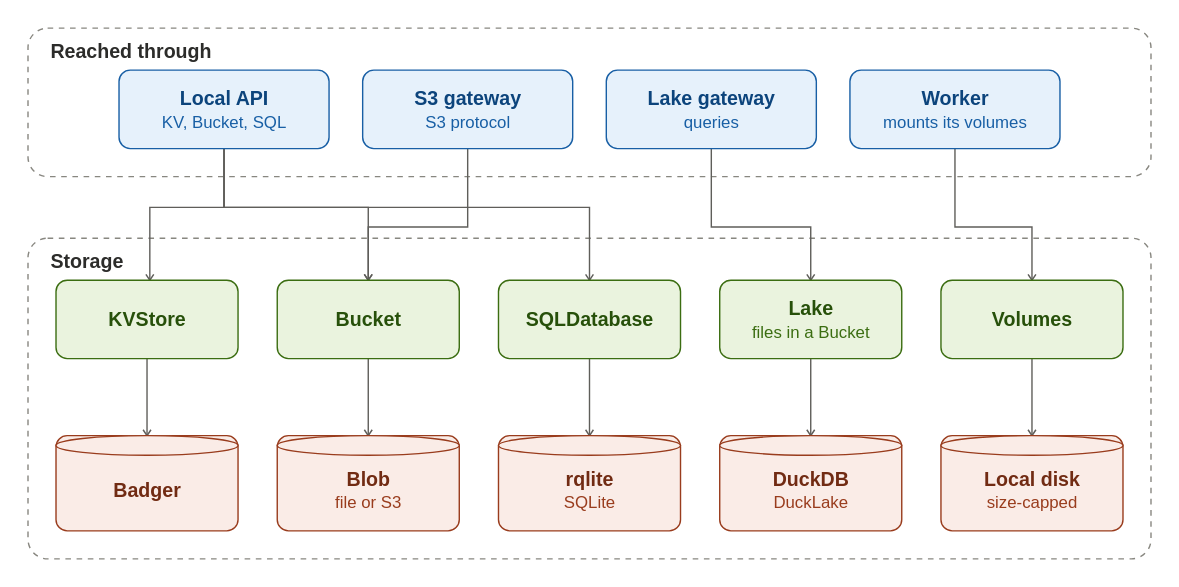
Earlier version of the draw.io export docs/guide/assets/services.drawio.svg (pyvvo/funcd). Source tidied: cells renumbered, new cells last; positions are measured from the earlier drawing's top-left corner, leaving out a move shared by most shapes.
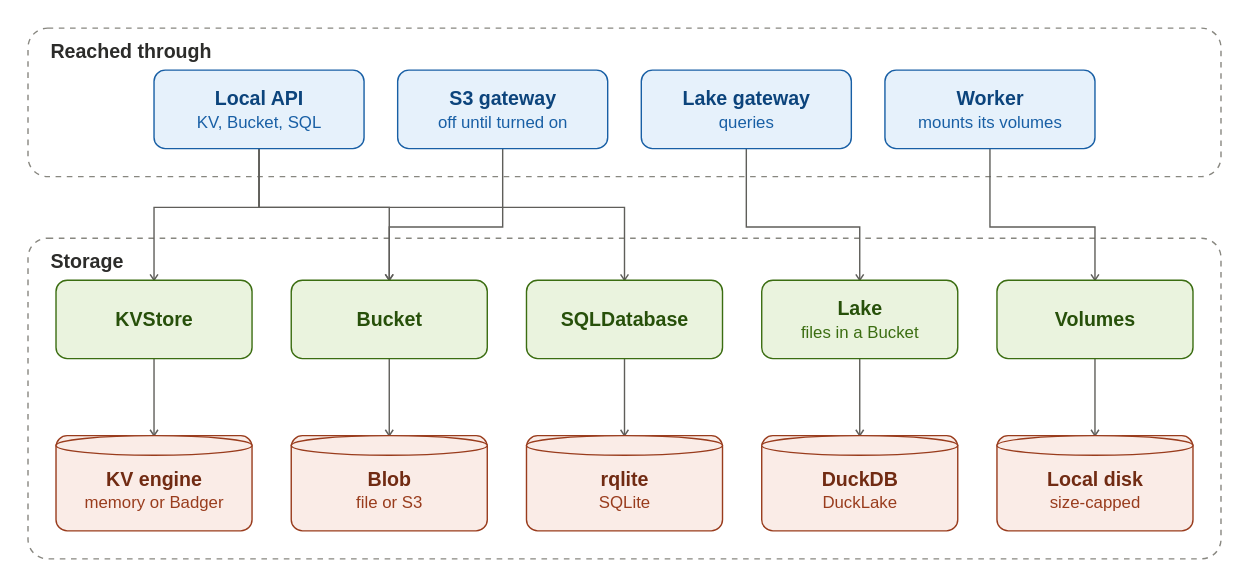
After the change.

Diff of the diagram source:
```diff
@@ -3,98 +3,98 @@
     <mxCell id="0" />
     <mxCell id="1" parent="0" />
     <mxCell id="2" value="Reached through" style="rounded=1;absoluteArcSize=1;arcSize=28;dashed=1;fillColor=none;strokeColor=#888780;fontStyle=1;fontSize=14;fontColor=#2C2C2A;align=left;verticalAlign=top;spacingLeft=10;spacingTop=2;html=1;" parent="1" vertex="1">
-      <mxGeometry width="802" height="106" as="geometry" />
+      <mxGeometry width="852" height="106" as="geometry" />
     </mxCell>
     <mxCell id="3" value="&lt;b&gt;Local API&lt;/b&gt;&lt;br&gt;&lt;font style=&quot;font-size:12px&quot; color=&quot;#185FA5&quot;&gt;KV, Bucket, SQL&lt;/font&gt;" style="rounded=1;absoluteArcSize=1;arcSize=16;whiteSpace=wrap;html=1;fillColor=#E6F1FB;strokeColor=#185FA5;fontColor=#0C447C;fontSize=14;" parent="2" vertex="1">
-      <mxGeometry x="65" y="30" width="150" height="56" as="geometry" />
+      <mxGeometry x="90" y="30" width="150" height="56" as="geometry" />
     </mxCell>
-    <mxCell id="4" value="&lt;b&gt;S3 gateway&lt;/b&gt;&lt;br&gt;&lt;font style=&quot;font-size:12px&quot; color=&quot;#185FA5&quot;&gt;S3 protocol&lt;/font&gt;" style="rounded=1;absoluteArcSize=1;arcSize=16;whiteSpace=wrap;html=1;fillColor=#E6F1FB;strokeColor=#185FA5;fontColor=#0C447C;fontSize=14;" parent="2" vertex="1">
-      <mxGeometry x="239" y="30" width="150" height="56" as="geometry" />
+    <mxCell id="4" value="&lt;b&gt;S3 gateway&lt;/b&gt;&lt;br&gt;&lt;font style=&quot;font-size:12px&quot; color=&quot;#185FA5&quot;&gt;off until turned on&lt;/font&gt;" style="rounded=1;absoluteArcSize=1;arcSize=16;whiteSpace=wrap;html=1;fillColor=#E6F1FB;strokeColor=#185FA5;fontColor=#0C447C;fontSize=14;" parent="2" vertex="1">
+      <mxGeometry x="264" y="30" width="150" height="56" as="geometry" />
     </mxCell>
     <mxCell id="5" value="&lt;b&gt;Lake gateway&lt;/b&gt;&lt;br&gt;&lt;font style=&quot;font-size:12px&quot; color=&quot;#185FA5&quot;&gt;queries&lt;/font&gt;" style="rounded=1;absoluteArcSize=1;arcSize=16;whiteSpace=wrap;html=1;fillColor=#E6F1FB;strokeColor=#185FA5;fontColor=#0C447C;fontSize=14;" parent="2" vertex="1">
-      <mxGeometry x="413" y="30" width="150" height="56" as="geometry" />
+      <mxGeometry x="438" y="30" width="150" height="56" as="geometry" />
     </mxCell>
     <mxCell id="6" value="&lt;b&gt;Worker&lt;/b&gt;&lt;br&gt;&lt;font style=&quot;font-size:12px&quot; color=&quot;#185FA5&quot;&gt;mounts its volumes&lt;/font&gt;" style="rounded=1;absoluteArcSize=1;arcSize=16;whiteSpace=wrap;html=1;fillColor=#E6F1FB;strokeColor=#185FA5;fontColor=#0C447C;fontSize=14;" parent="2" vertex="1">
-      <mxGeometry x="587" y="30" width="150" height="56" as="geometry" />
+      <mxGeometry x="612" y="30" width="150" height="56" as="geometry" />
     </mxCell>
     <mxCell id="7" value="Storage" style="rounded=1;absoluteArcSize=1;arcSize=28;dashed=1;fillColor=none;strokeColor=#888780;fontStyle=1;fontSize=14;fontColor=#2C2C2A;align=left;verticalAlign=top;spacingLeft=10;spacingTop=2;html=1;" parent="1" vertex="1">
-      <mxGeometry y="150" width="802" height="229" as="geometry" />
+      <mxGeometry y="150" width="852" height="229" as="geometry" />
     </mxCell>
     <mxCell id="8" value="&lt;b&gt;KVStore&lt;/b&gt;" style="rounded=1;absoluteArcSize=1;arcSize=16;whiteSpace=wrap;html=1;fillColor=#EAF3DE;strokeColor=#3B6D11;fontColor=#27500A;fontSize=14;" parent="7" vertex="1">
-      <mxGeometry x="20" y="30" width="130" height="56" as="geometry" />
+      <mxGeometry x="20" y="30" width="140" height="56" as="geometry" />
     </mxCell>
     <mxCell id="9" value="&lt;b&gt;Bucket&lt;/b&gt;" style="rounded=1;absoluteArcSize=1;arcSize=16;whiteSpace=wrap;html=1;fillColor=#EAF3DE;strokeColor=#3B6D11;fontColor=#27500A;fontSize=14;" parent="7" vertex="1">
-      <mxGeometry x="178" y="30" width="130" height="56" as="geometry" />
+      <mxGeometry x="188" y="30" width="140" height="56" as="geometry" />
     </mxCell>
     <mxCell id="10" value="&lt;b&gt;SQLDatabase&lt;/b&gt;" style="rounded=1;absoluteArcSize=1;arcSize=16;whiteSpace=wrap;html=1;fillColor=#EAF3DE;strokeColor=#3B6D11;fontColor=#27500A;fontSize=14;" parent="7" vertex="1">
-      <mxGeometry x="336" y="30" width="130" height="56" as="geometry" />
+      <mxGeometry x="356" y="30" width="140" height="56" as="geometry" />
     </mxCell>
     <mxCell id="11" value="&lt;b&gt;Lake&lt;/b&gt;&lt;br&gt;&lt;font style=&quot;font-size:12px&quot; color=&quot;#3B6D11&quot;&gt;files in a Bucket&lt;/font&gt;" style="rounded=1;absoluteArcSize=1;arcSize=16;whiteSpace=wrap;html=1;fillColor=#EAF3DE;strokeColor=#3B6D11;fontColor=#27500A;fontSize=14;" parent="7" vertex="1">
-      <mxGeometry x="494" y="30" width="130" height="56" as="geometry" />
+      <mxGeometry x="524" y="30" width="140" height="56" as="geometry" />
     </mxCell>
     <mxCell id="12" value="&lt;b&gt;Volumes&lt;/b&gt;" style="rounded=1;absoluteArcSize=1;arcSize=16;whiteSpace=wrap;html=1;fillColor=#EAF3DE;strokeColor=#3B6D11;fontColor=#27500A;fontSize=14;" parent="7" vertex="1">
-      <mxGeometry x="652" y="30" width="130" height="56" as="geometry" />
+      <mxGeometry x="692" y="30" width="140" height="56" as="geometry" />
     </mxCell>
-    <mxCell id="13" value="&lt;b&gt;Badger&lt;/b&gt;" style="shape=cylinder3;boundedLbl=1;size=8;whiteSpace=wrap;html=1;fillColor=#FAECE7;strokeColor=#993C1D;fontColor=#712B13;fontSize=14;" parent="7" vertex="1">
-      <mxGeometry x="20" y="141" width="130" height="68" as="geometry" />
+    <mxCell id="13" value="&lt;b&gt;KV engine&lt;/b&gt;&lt;br&gt;&lt;font style=&quot;font-size:12px&quot; color=&quot;#993C1D&quot;&gt;memory or Badger&lt;/font&gt;" style="shape=cylinder3;boundedLbl=1;size=8;whiteSpace=wrap;html=1;fillColor=#FAECE7;strokeColor=#993C1D;fontColor=#712B13;fontSize=14;" parent="7" vertex="1">
+      <mxGeometry x="20" y="141" width="140" height="68" as="geometry" />
     </mxCell>
     <mxCell id="14" value="&lt;b&gt;Blob&lt;/b&gt;&lt;br&gt;&lt;font style=&quot;font-size:12px&quot; color=&quot;#993C1D&quot;&gt;file or S3&lt;/font&gt;" style="shape=cylinder3;boundedLbl=1;size=8;whiteSpace=wrap;html=1;fillColor=#FAECE7;strokeColor=#993C1D;fontColor=#712B13;fontSize=14;" parent="7" vertex="1">
-      <mxGeometry x="178" y="141" width="130" height="68" as="geometry" />
+      <mxGeometry x="188" y="141" width="140" height="68" as="geometry" />
     </mxCell>
     <mxCell id="15" value="&lt;b&gt;rqlite&lt;/b&gt;&lt;br&gt;&lt;font style=&quot;font-size:12px&quot; color=&quot;#993C1D&quot;&gt;SQLite&lt;/font&gt;" style="shape=cylinder3;boundedLbl=1;size=8;whiteSpace=wrap;html=1;fillColor=#FAECE7;strokeColor=#993C1D;fontColor=#712B13;fontSize=14;" parent="7" vertex="1">
-      <mxGeometry x="336" y="141" width="130" height="68" as="geometry" />
+      <mxGeometry x="356" y="141" width="140" height="68" as="geometry" />
     </mxCell>
     <mxCell id="16" value="&lt;b&gt;DuckDB&lt;/b&gt;&lt;br&gt;&lt;font style=&quot;font-size:12px&quot; color=&quot;#993C1D&quot;&gt;DuckLake&lt;/font&gt;" style="shape=cylinder3;boundedLbl=1;size=8;whiteSpace=wrap;html=1;fillColor=#FAECE7;strokeColor=#993C1D;fontColor=#712B13;fontSize=14;" parent="7" vertex="1">
-      <mxGeometry x="494" y="141" width="130" height="68" as="geometry" />
+      <mxGeometry x="524" y="141" width="140" height="68" as="geometry" />
     </mxCell>
     <mxCell id="17" value="&lt;b&gt;Local disk&lt;/b&gt;&lt;br&gt;&lt;font style=&quot;font-size:12px&quot; color=&quot;#993C1D&quot;&gt;size-capped&lt;/font&gt;" style="shape=cylinder3;boundedLbl=1;size=8;whiteSpace=wrap;html=1;fillColor=#FAECE7;strokeColor=#993C1D;fontColor=#712B13;fontSize=14;" parent="7" vertex="1">
-      <mxGeometry x="652" y="141" width="130" height="68" as="geometry" />
+      <mxGeometry x="692" y="141" width="140" height="68" as="geometry" />
     </mxCell>
-    <mxCell id="18" style="edgeStyle=orthogonalEdgeStyle;rounded=0;html=1;jettySize=auto;strokeColor=#5F5E5A;fontColor=#5F5E5A;fontSize=12;labelBackgroundColor=#FFFFFF;endSize=7;endArrow=open;endFill=0;exitX=0.5;exitY=1;exitDx=0;exitDy=0;exitPerimeter=0;entryX=0.515;entryY=0;entryDx=0;entryDy=0;entryPerimeter=0;" parent="1" edge="1" source="3" target="8">
+    <mxCell id="18" style="edgeStyle=orthogonalEdgeStyle;rounded=0;html=1;jettySize=auto;strokeColor=#5F5E5A;fontColor=#5F5E5A;fontSize=12;labelBackgroundColor=#FFFFFF;endSize=7;endArrow=open;endFill=0;exitX=0.5;exitY=1;exitDx=0;exitDy=0;exitPerimeter=0;entryX=0.5;entryY=0;entryDx=0;entryDy=0;entryPerimeter=0;" parent="1" edge="1" source="3" target="8">
       <mxGeometry relative="1" as="geometry">
         <Array as="points">
-          <mxPoint x="140" y="128" />
-          <mxPoint x="87" y="128" />
+          <mxPoint x="165" y="128" />
+          <mxPoint x="90" y="128" />
         </Array>
       </mxGeometry>
     </mxCell>
     <mxCell id="19" style="edgeStyle=orthogonalEdgeStyle;rounded=0;html=1;jettySize=auto;strokeColor=#5F5E5A;fontColor=#5F5E5A;fontSize=12;labelBackgroundColor=#FFFFFF;endSize=7;endArrow=open;endFill=0;exitX=0.5;exitY=1;exitDx=0;exitDy=0;exitPerimeter=0;entryX=0.5;entryY=0;entryDx=0;entryDy=0;entryPerimeter=0;" parent="1" edge="1" source="3" target="9">
       <mxGeometry relative="1" as="geometry">
         <Array as="points">
-          <mxPoint x="140" y="128" />
-          <mxPoint x="243" y="128" />
+          <mxPoint x="165" y="128" />
+          <mxPoint x="258" y="128" />
         </Array>
       </mxGeometry>
     </mxCell>
     <mxCell id="20" style="edgeStyle=orthogonalEdgeStyle;rounded=0;html=1;jettySize=auto;strokeColor=#5F5E5A;fontColor=#5F5E5A;fontSize=12;labelBackgroundColor=#FFFFFF;endSize=7;endArrow=open;endFill=0;exitX=0.5;exitY=1;exitDx=0;exitDy=0;exitPerimeter=0;entryX=0.5;entryY=0;entryDx=0;entryDy=0;entryPerimeter=0;" parent="1" edge="1" source="3" target="10">
       <mxGeometry relative="1" as="geometry">
         <Array as="points">
-          <mxPoint x="140" y="128" />
-          <mxPoint x="401" y="128" />
+          <mxPoint x="165" y="128" />
+          <mxPoint x="426" y="128" />
         </Array>
       </mxGeometry>
     </mxCell>
     <mxCell id="21" style="edgeStyle=orthogonalEdgeStyle;rounded=0;html=1;jettySize=auto;strokeColor=#5F5E5A;fontColor=#5F5E5A;fontSize=12;labelBackgroundColor=#FFFFFF;endSize=7;endArrow=open;endFill=0;exitX=0.5;exitY=1;exitDx=0;exitDy=0;exitPerimeter=0;entryX=0.5;entryY=0;entryDx=0;entryDy=0;entryPerimeter=0;" parent="1" edge="1" source="4" target="9">
       <mxGeometry relative="1" as="geometry">
         <Array as="points">
-          <mxPoint x="314" y="142" />
-          <mxPoint x="243" y="142" />
+          <mxPoint x="339" y="142" />
+          <mxPoint x="258" y="142" />
         </Array>
       </mxGeometry>
     </mxCell>
     <mxCell id="22" style="edgeStyle=orthogonalEdgeStyle;rounded=0;html=1;jettySize=auto;strokeColor=#5F5E5A;fontColor=#5F5E5A;fontSize=12;labelBackgroundColor=#FFFFFF;endSize=7;endArrow=open;endFill=0;exitX=0.5;exitY=1;exitDx=0;exitDy=0;exitPerimeter=0;entryX=0.5;entryY=0;entryDx=0;entryDy=0;entryPerimeter=0;" parent="1" edge="1" source="5" target="11">
       <mxGeometry relative="1" as="geometry">
         <Array as="points">
-          <mxPoint x="488" y="142" />
-          <mxPoint x="559" y="142" />
+          <mxPoint x="513" y="142" />
+          <mxPoint x="594" y="142" />
         </Array>
       </mxGeometry>
     </mxCell>
     <mxCell id="23" style="edgeStyle=orthogonalEdgeStyle;rounded=0;html=1;jettySize=auto;strokeColor=#5F5E5A;fontColor=#5F5E5A;fontSize=12;labelBackgroundColor=#FFFFFF;endSize=7;endArrow=open;endFill=0;exitX=0.5;exitY=1;exitDx=0;exitDy=0;exitPerimeter=0;entryX=0.5;entryY=0;entryDx=0;entryDy=0;entryPerimeter=0;" parent="1" edge="1" source="6" target="12">
       <mxGeometry relative="1" as="geometry">
         <Array as="points">
-          <mxPoint x="662" y="142" />
-          <mxPoint x="717" y="142" />
+          <mxPoint x="687" y="142" />
+          <mxPoint x="762" y="142" />
         </Array>
       </mxGeometry>
     </mxCell>
```
